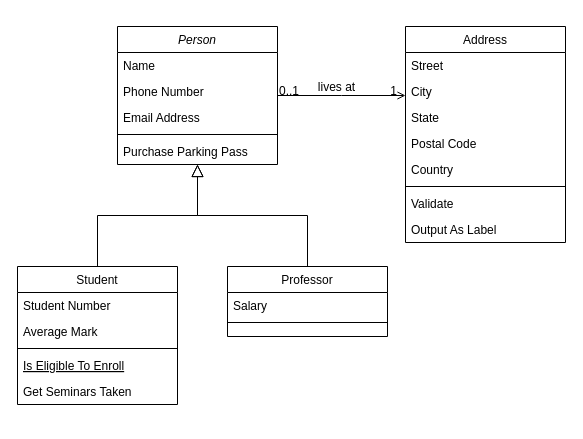
The draw.io diagram Diagrama sem nome.drawio in hcard0so/cadastro-pet, before the edit. Source tidied: cells renumbered, new cells numbered last; positions are measured from the earlier drawing's top-left corner, leaving out a move shared by most shapes. Both pictures are drawn from the tidied source at 100%, with x=0, y=0 at pixel (17, 26).
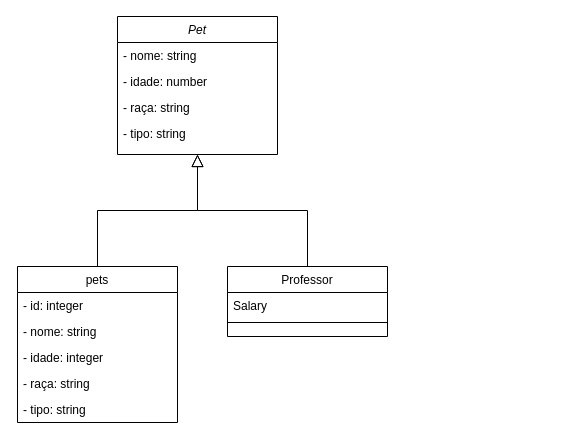
The same page after the edit.

What changed in the source:
```diff
@@
-    <mxCell id="2" value="Person" style="swimlane;fontStyle=2;align=center;verticalAlign=top;horizontal=1;startSize=26;rounded=0;shadow=0;strokeWidth=1;" parent="1" vertex="1">
-      <mxGeometry x="100" width="160" height="138" as="geometry" />
+    <mxCell id="2" value="Pet" style="swimlane;fontStyle=2;align=center;verticalAlign=top;horizontal=1;startSize=26;rounded=0;shadow=0;strokeWidth=1;" parent="1" vertex="1">
+      <mxGeometry x="100" y="-10" width="160" height="138" as="geometry" />
     </mxCell>
-    <mxCell id="3" value="Name" style="text;align=left;verticalAlign=top;spacingLeft=4;spacingRight=4;overflow=hidden;" parent="2" vertex="1">
+    <mxCell id="3" value="- nome: string" style="text;align=left;verticalAlign=top;spacingLeft=4;spacingRight=4;overflow=hidden;" parent="2" vertex="1">
       <mxGeometry y="26" width="160" height="26" as="geometry" />
     </mxCell>
-    <mxCell id="4" value="Phone Number" style="text;align=left;verticalAlign=top;spacingLeft=4;spacingRight=4;overflow=hidden;rounded=0;shadow=0;html=0;" parent="2" vertex="1">
+    <mxCell id="4" value="- idade: number" style="text;align=left;verticalAlign=top;spacingLeft=4;spacingRight=4;overflow=hidden;rounded=0;shadow=0;html=0;" parent="2" vertex="1">
       <mxGeometry y="52" width="160" height="26" as="geometry" />
     </mxCell>
-    <mxCell id="5" value="Email Address" style="text;align=left;verticalAlign=top;spacingLeft=4;spacingRight=4;overflow=hidden;rounded=0;shadow=0;html=0;" parent="2" vertex="1">
+    <mxCell id="5" value="- raça: string" style="text;align=left;verticalAlign=top;spacingLeft=4;spacingRight=4;overflow=hidden;rounded=0;shadow=0;html=0;" parent="2" vertex="1">
       <mxGeometry y="78" width="160" height="26" as="geometry" />
     </mxCell>
-    <mxCell id="6" style="line;html=1;strokeWidth=1;align=left;verticalAlign=middle;spacingTop=-1;spacingLeft=3;spacingRight=3;labelPosition=right;" parent="2" vertex="1">
-      <mxGeometry y="104" width="160" height="8" as="geometry" />
-    </mxCell>
-    <mxCell id="7" value="Purchase Parking Pass" style="text;align=left;verticalAlign=top;spacingLeft=4;spacingRight=4;overflow=hidden;" parent="2" vertex="1">
-      <mxGeometry y="112" width="160" height="26" as="geometry" />
-    </mxCell>
+    <mxCell id="32" value="- tipo: string" style="text;align=left;verticalAlign=top;spacingLeft=4;spacingRight=4;overflow=hidden;rounded=0;shadow=0;html=0;" parent="2" vertex="1">
+      <mxGeometry y="104" width="160" height="26" as="geometry" />
+    </mxCell>
-    <mxCell id="8" value="Student" style="swimlane;fontStyle=0;align=center;verticalAlign=top;horizontal=1;startSize=26;rounded=0;shadow=0;strokeWidth=1;" parent="1" vertex="1">
-      <mxGeometry y="240" width="160" height="138" as="geometry" />
+    <mxCell id="8" value="pets" style="swimlane;fontStyle=0;align=center;verticalAlign=top;horizontal=1;startSize=26;rounded=0;shadow=0;strokeWidth=1;" parent="1" vertex="1">
+      <mxGeometry y="240" width="160" height="156" as="geometry" />
     </mxCell>
-    <mxCell id="9" value="Student Number" style="text;align=left;verticalAlign=top;spacingLeft=4;spacingRight=4;overflow=hidden;" parent="8" vertex="1">
+    <mxCell id="9" value="- id: integer" style="text;align=left;verticalAlign=top;spacingLeft=4;spacingRight=4;overflow=hidden;" parent="8" vertex="1">
       <mxGeometry y="26" width="160" height="26" as="geometry" />
     </mxCell>
+    <mxCell id="33" value="- nome: string" style="text;align=left;verticalAlign=top;spacingLeft=4;spacingRight=4;overflow=hidden;rounded=0;shadow=0;html=0;" parent="8" vertex="1">
+      <mxGeometry y="52" width="160" height="26" as="geometry" />
+    </mxCell>
+    <mxCell id="34" value="- idade: integer" style="text;align=left;verticalAlign=top;spacingLeft=4;spacingRight=4;overflow=hidden;rounded=0;shadow=0;html=0;" parent="8" vertex="1">
+      <mxGeometry y="78" width="160" height="26" as="geometry" />
+    </mxCell>
+    <mxCell id="35" value="- raça: string" style="text;align=left;verticalAlign=top;spacingLeft=4;spacingRight=4;overflow=hidden;rounded=0;shadow=0;html=0;" parent="8" vertex="1">
+      <mxGeometry y="104" width="160" height="26" as="geometry" />
+    </mxCell>
-    <mxCell id="10" value="Average Mark" style="text;align=left;verticalAlign=top;spacingLeft=4;spacingRight=4;overflow=hidden;rounded=0;shadow=0;html=0;" parent="8" vertex="1">
-      <mxGeometry y="52" width="160" height="26" as="geometry" />
+    <mxCell id="10" value="- tipo: string" style="text;align=left;verticalAlign=top;spacingLeft=4;spacingRight=4;overflow=hidden;rounded=0;shadow=0;html=0;" parent="8" vertex="1">
+      <mxGeometry y="130" width="160" height="26" as="geometry" />
     </mxCell>
-    <mxCell id="11" style="line;html=1;strokeWidth=1;align=left;verticalAlign=middle;spacingTop=-1;spacingLeft=3;spacingRight=3;labelPosition=right;" parent="8" vertex="1">
-      <mxGeometry y="78" width="160" height="8" as="geometry" />
-    </mxCell>
-    <mxCell id="12" value="Is Eligible To Enroll" style="text;align=left;verticalAlign=top;spacingLeft=4;spacingRight=4;overflow=hidden;fontStyle=4;" parent="8" vertex="1">
-      <mxGeometry y="86" width="160" height="26" as="geometry" />
-    </mxCell>
-    <mxCell id="13" value="Get Seminars Taken" style="text;align=left;verticalAlign=top;spacingLeft=4;spacingRight=4;overflow=hidden;" parent="8" vertex="1">
-      <mxGeometry y="112" width="160" height="26" as="geometry" />
-    </mxCell>
@@
-    <mxCell id="19" value="Address" style="swimlane;fontStyle=0;align=center;verticalAlign=top;horizontal=1;startSize=26;rounded=0;shadow=0;strokeWidth=1;" parent="1" vertex="1">
-      <mxGeometry x="388" width="160" height="216" as="geometry" />
-    </mxCell>
-    <mxCell id="20" value="Street" style="text;align=left;verticalAlign=top;spacingLeft=4;spacingRight=4;overflow=hidden;" parent="19" vertex="1">
-      <mxGeometry y="26" width="160" height="26" as="geometry" />
-    </mxCell>
-    <mxCell id="21" value="City" style="text;align=left;verticalAlign=top;spacingLeft=4;spacingRight=4;overflow=hidden;rounded=0;shadow=0;html=0;" parent="19" vertex="1">
-      <mxGeometry y="52" width="160" height="26" as="geometry" />
-    </mxCell>
-    <mxCell id="22" value="State" style="text;align=left;verticalAlign=top;spacingLeft=4;spacingRight=4;overflow=hidden;rounded=0;shadow=0;html=0;" parent="19" vertex="1">
-      <mxGeometry y="78" width="160" height="26" as="geometry" />
-    </mxCell>
-    <mxCell id="23" value="Postal Code" style="text;align=left;verticalAlign=top;spacingLeft=4;spacingRight=4;overflow=hidden;rounded=0;shadow=0;html=0;" parent="19" vertex="1">
-      <mxGeometry y="104" width="160" height="26" as="geometry" />
-    </mxCell>
-    <mxCell id="24" value="Country" style="text;align=left;verticalAlign=top;spacingLeft=4;spacingRight=4;overflow=hidden;rounded=0;shadow=0;html=0;" parent="19" vertex="1">
-      <mxGeometry y="130" width="160" height="26" as="geometry" />
-    </mxCell>
-    <mxCell id="25" style="line;html=1;strokeWidth=1;align=left;verticalAlign=middle;spacingTop=-1;spacingLeft=3;spacingRight=3;labelPosition=right;" parent="19" vertex="1">
-      <mxGeometry y="156" width="160" height="8" as="geometry" />
-    </mxCell>
-    <mxCell id="26" value="Validate" style="text;align=left;verticalAlign=top;spacingLeft=4;spacingRight=4;overflow=hidden;" parent="19" vertex="1">
-      <mxGeometry y="164" width="160" height="26" as="geometry" />
-    </mxCell>
-    <mxCell id="27" value="Output As Label" style="text;align=left;verticalAlign=top;spacingLeft=4;spacingRight=4;overflow=hidden;" parent="19" vertex="1">
-      <mxGeometry y="190" width="160" height="26" as="geometry" />
-    </mxCell>
-    <mxCell id="28" style="endArrow=open;shadow=0;strokeWidth=1;rounded=0;endFill=1;edgeStyle=elbowEdgeStyle;elbow=vertical;" parent="1" edge="1" source="2" target="19">
-      <mxGeometry x="0.5" y="41" relative="1" as="geometry">
-        <mxPoint x="-40" y="32" as="offset" />
-      </mxGeometry>
-    </mxCell>
-    <mxCell id="29" value="0..1" style="align=left;verticalAlign=bottom;labelBackgroundColor=none;fontSize=12;" parent="28" vertex="1">
-      <mxGeometry x="-1" relative="1" as="geometry">
-        <mxPoint y="4" as="offset" />
-      </mxGeometry>
-    </mxCell>
-    <mxCell id="30" value="1" style="align=right;verticalAlign=bottom;labelBackgroundColor=none;fontSize=12;" parent="28" vertex="1">
-      <mxGeometry x="1" relative="1" as="geometry">
-        <mxPoint x="-7" y="4" as="offset" />
-      </mxGeometry>
-    </mxCell>
-    <mxCell id="31" value="lives at" style="text;html=1;align=center;verticalAlign=middle;labelBackgroundColor=none;rounded=0;shadow=0;strokeWidth=1;fontSize=12;" parent="28" vertex="1">
-      <mxGeometry x="0.5" y="49" relative="1" as="geometry">
-        <mxPoint x="-38" y="40" as="offset" />
-      </mxGeometry>
-    </mxCell>
```
